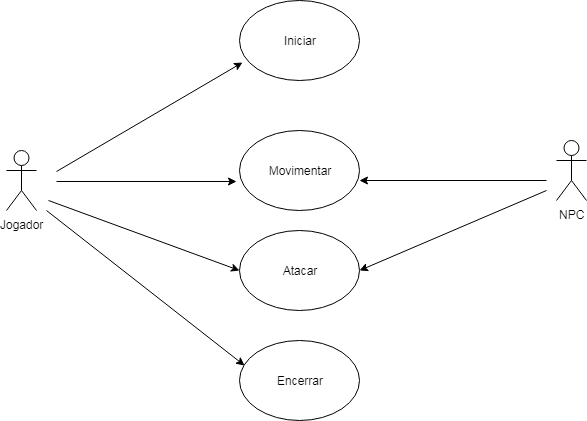
Earlier version of the draw.io export Documentação/Caso de uso-png.png (Thifany-Nicastro/Sky-Ashes). Source tidied: cells renumbered, new cells last; positions are measured from the earlier drawing's top-left corner, leaving out a move shared by most shapes.
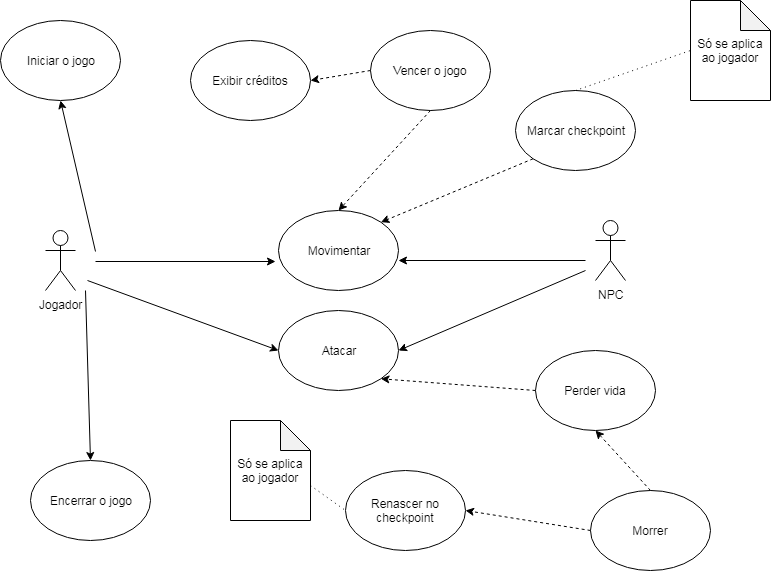
Later version of the same file.

Change to the diagram source:
```diff
@@ -8,11 +8,11 @@
     <mxCell id="3" value="NPC" style="shape=umlActor;verticalLabelPosition=bottom;labelBackgroundColor=#ffffff;verticalAlign=top;html=1;" parent="1" vertex="1">
       <mxGeometry x="550" y="140" width="30" height="60" as="geometry" />
     </mxCell>
-    <mxCell id="4" value="Iniciar" style="ellipse;whiteSpace=wrap;html=1;" parent="1" vertex="1">
-      <mxGeometry x="233" width="120" height="80" as="geometry" />
+    <mxCell id="4" value="Iniciar o jogo" style="ellipse;whiteSpace=wrap;html=1;" parent="1" vertex="1">
+      <mxGeometry x="-45" y="-60" width="120" height="80" as="geometry" />
     </mxCell>
-    <mxCell id="5" value="Encerrar" style="ellipse;whiteSpace=wrap;html=1;" parent="1" vertex="1">
-      <mxGeometry x="233" y="340" width="120" height="80" as="geometry" />
+    <mxCell id="5" value="Encerrar o jogo" style="ellipse;whiteSpace=wrap;html=1;" parent="1" vertex="1">
+      <mxGeometry x="-15" y="380" width="120" height="80" as="geometry" />
     </mxCell>
     <mxCell id="6" value="Atacar" style="ellipse;whiteSpace=wrap;html=1;" parent="1" vertex="1">
       <mxGeometry x="233" y="230" width="120" height="80" as="geometry" />
@@ -20,7 +20,7 @@
     <mxCell id="7" value="Movimentar" style="ellipse;whiteSpace=wrap;html=1;" parent="1" vertex="1">
       <mxGeometry x="233" y="130" width="120" height="80" as="geometry" />
     </mxCell>
-    <mxCell id="8" style="endArrow=classic;html=1;entryX=0.025;entryY=0.775;entryDx=0;entryDy=0;entryPerimeter=0;" parent="1" edge="1" target="4">
+    <mxCell id="8" style="endArrow=classic;html=1;entryX=0.5;entryY=1;entryDx=0;entryDy=0;" parent="1" edge="1" target="4">
       <mxGeometry relative="1" as="geometry">
         <mxPoint x="50" y="171" as="sourcePoint" />
       </mxGeometry>
@@ -46,10 +46,58 @@
         <mxPoint x="540" y="190" as="sourcePoint" />
       </mxGeometry>
     </mxCell>
-    <mxCell id="13" style="endArrow=classic;html=1;entryX=0.042;entryY=0.313;entryDx=0;entryDy=0;entryPerimeter=0;" parent="1" edge="1" target="5">
+    <mxCell id="13" style="endArrow=classic;html=1;entryX=0.5;entryY=0;entryDx=0;entryDy=0;" parent="1" edge="1" target="5">
       <mxGeometry relative="1" as="geometry">
         <mxPoint x="40" y="210" as="sourcePoint" />
       </mxGeometry>
     </mxCell>
+    <mxCell id="14" value="Morrer" style="ellipse;whiteSpace=wrap;html=1;" parent="1" vertex="1">
+      <mxGeometry x="545" y="410" width="120" height="80" as="geometry" />
+    </mxCell>
+    <mxCell id="15" style="endArrow=classic;dashed=1;html=1;entryX=0.5;entryY=1;entryDx=0;entryDy=0;exitX=0.5;exitY=0;exitDx=0;exitDy=0;startArrow=none;startFill=0;endFill=1;" parent="1" edge="1" source="14" target="16">
+      <mxGeometry relative="1" as="geometry" />
+    </mxCell>
+    <mxCell id="16" value="Perder vida" style="ellipse;whiteSpace=wrap;html=1;" parent="1" vertex="1">
+      <mxGeometry x="490" y="270" width="120" height="80" as="geometry" />
+    </mxCell>
+    <mxCell id="17" style="endArrow=classic;dashed=1;html=1;entryX=1;entryY=1;entryDx=0;entryDy=0;exitX=0;exitY=0.5;exitDx=0;exitDy=0;startArrow=none;startFill=0;endFill=1;" parent="1" edge="1" source="16" target="6">
+      <mxGeometry relative="1" as="geometry" />
+    </mxCell>
+    <mxCell id="18" style="endArrow=classic;dashed=1;html=1;exitX=0;exitY=0.5;exitDx=0;exitDy=0;startArrow=none;startFill=0;endFill=1;entryX=1;entryY=0.5;entryDx=0;entryDy=0;" parent="1" edge="1" source="14" target="19">
+      <mxGeometry relative="1" as="geometry" />
+    </mxCell>
+    <mxCell id="19" value="Renascer no checkpoint" style="ellipse;whiteSpace=wrap;html=1;" parent="1" vertex="1">
+      <mxGeometry x="300" y="390" width="120" height="80" as="geometry" />
+    </mxCell>
+    <mxCell id="20" value="Marcar checkpoint" style="ellipse;whiteSpace=wrap;html=1;" parent="1" vertex="1">
+      <mxGeometry x="470" y="10" width="120" height="80" as="geometry" />
+    </mxCell>
+    <mxCell id="21" style="endArrow=classic;dashed=1;html=1;entryX=1;entryY=0;entryDx=0;entryDy=0;exitX=0;exitY=1;exitDx=0;exitDy=0;startArrow=none;startFill=0;endFill=1;" parent="1" edge="1" source="20" target="7">
+      <mxGeometry relative="1" as="geometry" />
+    </mxCell>
+    <mxCell id="22" value="Só se aplica ao jogador" style="shape=note;whiteSpace=wrap;html=1;backgroundOutline=1;darkOpacity=0.05;" parent="1" vertex="1">
+      <mxGeometry x="645" y="-80" width="80" height="100" as="geometry" />
+    </mxCell>
+    <mxCell id="23" style="endArrow=none;dashed=1;html=1;entryX=0;entryY=0.5;entryDx=0;entryDy=0;entryPerimeter=0;dashPattern=1 4;exitX=0.5;exitY=0;exitDx=0;exitDy=0;" parent="1" edge="1" source="20" target="22">
+      <mxGeometry relative="1" as="geometry" />
+    </mxCell>
+    <mxCell id="24" value="Vencer o jogo" style="ellipse;whiteSpace=wrap;html=1;" parent="1" vertex="1">
+      <mxGeometry x="325" y="-50" width="120" height="80" as="geometry" />
+    </mxCell>
+    <mxCell id="25" style="endArrow=classic;dashed=1;html=1;entryX=0.5;entryY=0;entryDx=0;entryDy=0;exitX=0.5;exitY=1;exitDx=0;exitDy=0;startArrow=none;startFill=0;endFill=1;" parent="1" edge="1" source="24" target="7">
+      <mxGeometry relative="1" as="geometry" />
+    </mxCell>
+    <mxCell id="26" value="Exibir créditos" style="ellipse;whiteSpace=wrap;html=1;" parent="1" vertex="1">
+      <mxGeometry x="145" y="-40" width="120" height="80" as="geometry" />
+    </mxCell>
+    <mxCell id="27" style="endArrow=classic;dashed=1;html=1;exitX=0;exitY=0.5;exitDx=0;exitDy=0;startArrow=none;startFill=0;endFill=1;entryX=1;entryY=0.5;entryDx=0;entryDy=0;" parent="1" edge="1" source="24" target="26">
+      <mxGeometry relative="1" as="geometry" />
+    </mxCell>
+    <mxCell id="28" value="Só se aplica ao jogador" style="shape=note;whiteSpace=wrap;html=1;backgroundOutline=1;darkOpacity=0.05;" parent="1" vertex="1">
+      <mxGeometry x="185" y="340" width="80" height="100" as="geometry" />
+    </mxCell>
+    <mxCell id="29" style="endArrow=none;dashed=1;html=1;entryX=0;entryY=0.5;entryDx=0;entryDy=0;dashPattern=1 4;exitX=0;exitY=0;exitDx=80;exitDy=65;exitPerimeter=0;" parent="1" edge="1" source="28" target="19">
+      <mxGeometry relative="1" as="geometry" />
+    </mxCell>
   </root>
 </mxGraphModel>
```
